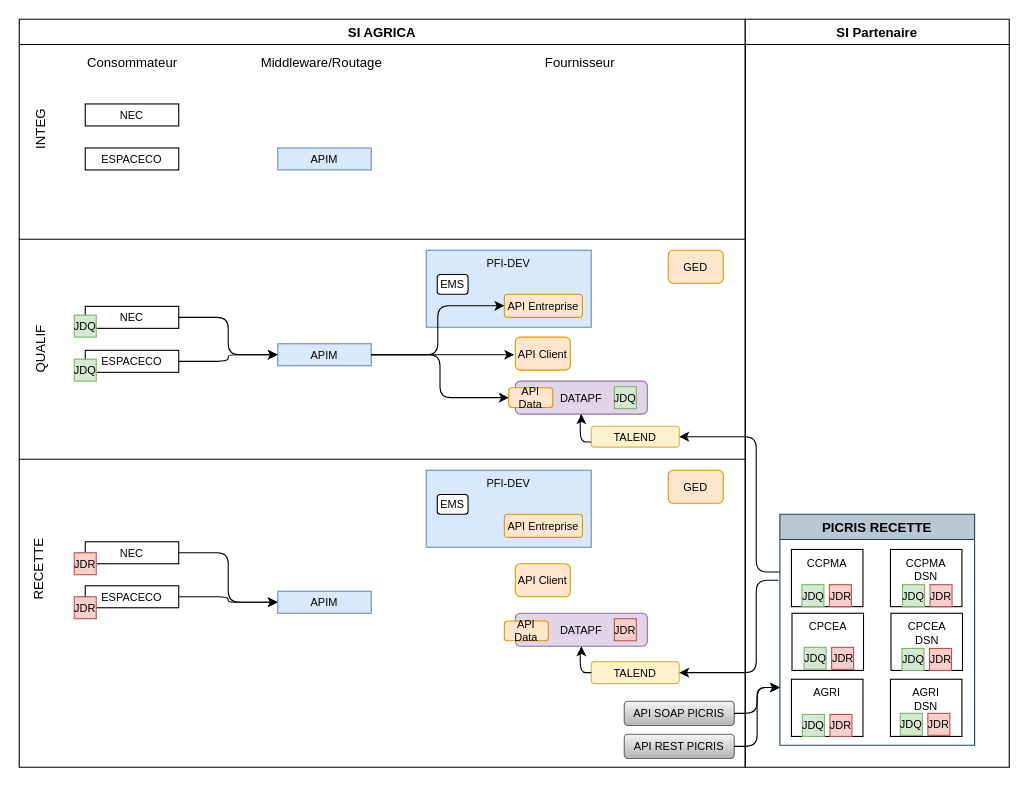
The draw.io diagram environnement.drawio in vdupain/draw.io, before the edit. Source tidied: cells renumbered, new cells numbered last; positions are measured from the earlier drawing's top-left corner, leaving out a move shared by most shapes. Both pictures are drawn from the tidied source at 110%, with x=0, y=0 at pixel (16, 19).
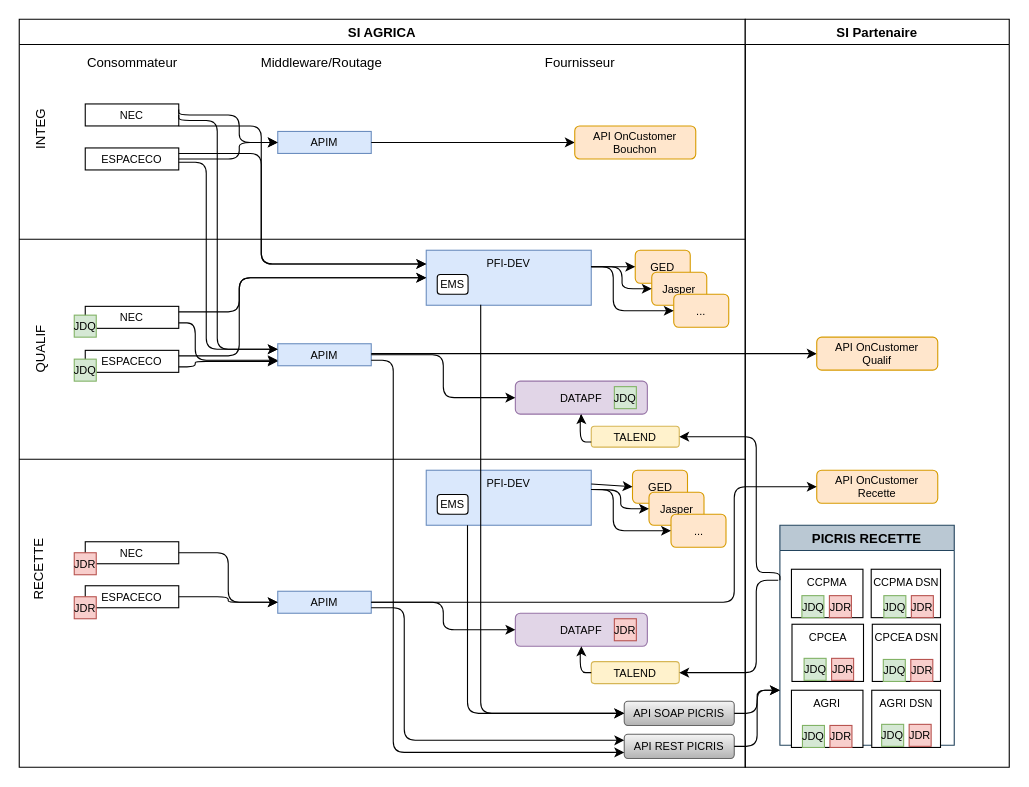
The same diagram, later.

Unchanged cells that the change refers to:
```xml
<mxCell id="2" value="SI AGRICA" style="swimlane;" parent="1" vertex="1">
  <mxGeometry x="2" width="660" height="680" as="geometry" />
</mxCell>
<mxCell id="6" value="DATAPF" style="rounded=1;whiteSpace=wrap;html=1;fontSize=10;fillColor=#e1d5e7;strokeColor=#9673a6;" parent="2" vertex="1">
  <mxGeometry x="451" y="329" width="120" height="30" as="geometry" />
</mxCell>
<mxCell id="8" value="APIM" style="rounded=0;whiteSpace=wrap;html=1;fontSize=10;fillColor=#dae8fc;strokeColor=#6c8ebf;" parent="2" vertex="1">
  <mxGeometry x="235" y="295" width="85" height="20" as="geometry" />
</mxCell>
<mxCell id="9" value="APIM" style="rounded=0;whiteSpace=wrap;html=1;fontSize=10;fillColor=#dae8fc;strokeColor=#6c8ebf;" parent="2" vertex="1">
  <mxGeometry x="235" y="520" width="85" height="20" as="geometry" />
</mxCell>
<mxCell id="11" value="NEC" style="rounded=0;whiteSpace=wrap;html=1;fontSize=10;" parent="2" vertex="1">
  <mxGeometry x="60" y="77" width="85" height="20" as="geometry" />
</mxCell>
<mxCell id="12" value="ESPACECO" style="rounded=0;whiteSpace=wrap;html=1;fontSize=10;" parent="2" vertex="1">
  <mxGeometry x="60" y="117" width="85" height="20" as="geometry" />
</mxCell>
<mxCell id="13" value="NEC" style="rounded=0;whiteSpace=wrap;html=1;fontSize=10;" parent="2" vertex="1">
  <mxGeometry x="60" y="261" width="85" height="20" as="geometry" />
</mxCell>
<mxCell id="14" value="ESPACECO" style="rounded=0;whiteSpace=wrap;html=1;fontSize=10;" parent="2" vertex="1">
  <mxGeometry x="60" y="301" width="85" height="20" as="geometry" />
</mxCell>
<mxCell id="18" value="DATAPF" style="rounded=1;whiteSpace=wrap;html=1;fontSize=10;fillColor=#e1d5e7;strokeColor=#9673a6;" parent="2" vertex="1">
  <mxGeometry x="451" y="540" width="120" height="30" as="geometry" />
</mxCell>
<mxCell id="50" value="SI Partenaire" style="swimlane;" parent="1" vertex="1">
  <mxGeometry x="662" width="240" height="680" as="geometry" />
</mxCell>
<mxCell id="70" value="API REST PICRIS" style="rounded=1;whiteSpace=wrap;html=1;fontSize=10;gradientColor=#b3b3b3;fillColor=#f5f5f5;strokeColor=#666666;" parent="50" vertex="1">
  <mxGeometry x="-110" y="650" width="100" height="22" as="geometry" />
</mxCell>
<mxCell id="71" value="API SOAP PICRIS" style="rounded=1;whiteSpace=wrap;html=1;fontSize=10;gradientColor=#b3b3b3;fillColor=#f5f5f5;strokeColor=#666666;" parent="50" vertex="1">
  <mxGeometry x="-110" y="620" width="100" height="22" as="geometry" />
</mxCell>
```

Diff of the diagram source:
```diff
@@
     <mxCell id="7" value="PFI-DEV" style="rounded=0;whiteSpace=wrap;html=1;fontSize=10;fillColor=#dae8fc;strokeColor=#6c8ebf;verticalAlign=top;" parent="2" vertex="1">
-      <mxGeometry x="370" y="210" width="150" height="70" as="geometry" />
+      <mxGeometry x="370" y="210" width="150" height="50" as="geometry" />
     </mxCell>
@@
     <mxCell id="10" value="APIM" style="rounded=0;whiteSpace=wrap;html=1;fontSize=10;fillColor=#dae8fc;strokeColor=#6c8ebf;" parent="2" vertex="1">
-      <mxGeometry x="235" y="117" width="85" height="20" as="geometry" />
+      <mxGeometry x="235" y="102" width="85" height="20" as="geometry" />
     </mxCell>
@@
     <mxCell id="17" value="GED" style="rounded=1;whiteSpace=wrap;html=1;fontSize=10;fillColor=#ffe6cc;strokeColor=#d79b00;" parent="2" vertex="1">
-      <mxGeometry x="590" y="210" width="50" height="30" as="geometry" />
+      <mxGeometry x="560" y="210" width="50" height="30" as="geometry" />
     </mxCell>
@@
-    <mxCell id="31" value="API Data" style="rounded=1;whiteSpace=wrap;html=1;fontSize=10;fillColor=#ffe6cc;strokeColor=#d79b00;" parent="2" vertex="1">
-      <mxGeometry x="445" y="335" width="40" height="18" as="geometry" />
-    </mxCell>
-    <mxCell id="32" value="API Client" style="rounded=1;whiteSpace=wrap;html=1;fontSize=10;fillColor=#ffe6cc;strokeColor=#d79b00;" parent="2" vertex="1">
-      <mxGeometry x="451" y="289" width="50" height="30" as="geometry" />
-    </mxCell>
-    <mxCell id="33" value="API Data" style="rounded=1;whiteSpace=wrap;html=1;fontSize=10;fillColor=#ffe6cc;strokeColor=#d79b00;" parent="2" vertex="1">
-      <mxGeometry x="441" y="547" width="40" height="18" as="geometry" />
-    </mxCell>
-    <mxCell id="34" value="API Entreprise" style="rounded=1;whiteSpace=wrap;html=1;fontSize=10;fillColor=#ffe6cc;strokeColor=#d79b00;" parent="2" vertex="1">
-      <mxGeometry x="441" y="250" width="71" height="21" as="geometry" />
-    </mxCell>
-    <mxCell id="35" style="endArrow=classic;html=1;exitX=1;exitY=0.5;exitDx=0;exitDy=0;entryX=0;entryY=0.5;entryDx=0;entryDy=0;edgeStyle=orthogonalEdgeStyle;" parent="2" edge="1" source="13" target="8">
-      <mxGeometry relative="1" as="geometry" />
+    <mxCell id="35" style="endArrow=classic;html=1;exitX=1;exitY=0.75;exitDx=0;exitDy=0;edgeStyle=orthogonalEdgeStyle;" parent="2" edge="1" source="13">
+      <mxGeometry relative="1" as="geometry">
+        <mxPoint x="235" y="310" as="targetPoint" />
+        <Array as="points">
+          <mxPoint x="160" y="276" />
+          <mxPoint x="160" y="310" />
+        </Array>
+      </mxGeometry>
     </mxCell>
-    <mxCell id="36" style="endArrow=classic;html=1;entryX=0;entryY=0.5;entryDx=0;entryDy=0;exitX=1;exitY=0.5;exitDx=0;exitDy=0;edgeStyle=orthogonalEdgeStyle;" parent="2" edge="1" source="14" target="8">
-      <mxGeometry relative="1" as="geometry" />
+    <mxCell id="36" style="endArrow=classic;html=1;exitX=1;exitY=0.75;exitDx=0;exitDy=0;edgeStyle=orthogonalEdgeStyle;" parent="2" edge="1" source="14">
+      <mxGeometry relative="1" as="geometry">
+        <mxPoint x="235" y="311" as="targetPoint" />
+        <Array as="points">
+          <mxPoint x="160" y="316" />
+          <mxPoint x="160" y="311" />
+        </Array>
+      </mxGeometry>
     </mxCell>
-    <mxCell id="37" style="endArrow=classic;html=1;exitX=1;exitY=0.5;exitDx=0;exitDy=0;entryX=0;entryY=0.5;entryDx=0;entryDy=0;edgeStyle=orthogonalEdgeStyle;" parent="2" edge="1" source="8" target="31">
+    <mxCell id="37" style="endArrow=classic;html=1;exitX=1;exitY=0.5;exitDx=0;exitDy=0;entryX=0;entryY=0.5;entryDx=0;entryDy=0;edgeStyle=orthogonalEdgeStyle;" parent="2" edge="1" source="8" target="6">
       <mxGeometry relative="1" as="geometry" />
     </mxCell>
-    <mxCell id="38" style="endArrow=classic;html=1;exitX=1;exitY=0.5;exitDx=0;exitDy=0;edgeStyle=orthogonalEdgeStyle;" parent="2" edge="1" source="8">
-      <mxGeometry relative="1" as="geometry">
-        <mxPoint x="450" y="305" as="targetPoint" />
-      </mxGeometry>
-    </mxCell>
-    <mxCell id="39" style="endArrow=classic;html=1;entryX=0;entryY=0.5;entryDx=0;entryDy=0;exitX=1;exitY=0.5;exitDx=0;exitDy=0;edgeStyle=orthogonalEdgeStyle;" parent="2" edge="1" source="8" target="34">
-      <mxGeometry relative="1" as="geometry" />
-    </mxCell>
@@
     <mxCell id="43" value="PFI-DEV" style="rounded=0;whiteSpace=wrap;html=1;fontSize=10;fillColor=#dae8fc;strokeColor=#6c8ebf;verticalAlign=top;" parent="2" vertex="1">
-      <mxGeometry x="370" y="410" width="150" height="70" as="geometry" />
+      <mxGeometry x="370" y="410" width="150" height="50" as="geometry" />
     </mxCell>
-    <mxCell id="44" value="GED" style="rounded=1;whiteSpace=wrap;html=1;fontSize=10;fillColor=#ffe6cc;strokeColor=#d79b00;" parent="2" vertex="1">
-      <mxGeometry x="590" y="410" width="50" height="30" as="geometry" />
-    </mxCell>
@@
-    <mxCell id="46" value="API Client" style="rounded=1;whiteSpace=wrap;html=1;fontSize=10;fillColor=#ffe6cc;strokeColor=#d79b00;" parent="2" vertex="1">
-      <mxGeometry x="451" y="495" width="50" height="30" as="geometry" />
-    </mxCell>
-    <mxCell id="47" value="API Entreprise" style="rounded=1;whiteSpace=wrap;html=1;fontSize=10;fillColor=#ffe6cc;strokeColor=#d79b00;" parent="2" vertex="1">
-      <mxGeometry x="441" y="450" width="71" height="21" as="geometry" />
-    </mxCell>
@@
+    <mxCell id="77" style="endArrow=classic;html=1;exitX=1;exitY=0.5;exitDx=0;exitDy=0;entryX=0;entryY=0.5;entryDx=0;entryDy=0;edgeStyle=orthogonalEdgeStyle;" parent="2" edge="1" source="9" target="18">
+      <mxGeometry relative="1" as="geometry" />
+    </mxCell>
+    <mxCell id="78" style="endArrow=classic;html=1;exitX=1;exitY=0.5;exitDx=0;exitDy=0;entryX=0;entryY=0.5;entryDx=0;entryDy=0;" parent="2" edge="1" source="10" target="82">
+      <mxGeometry relative="1" as="geometry" />
+    </mxCell>
+    <mxCell id="79" style="endArrow=classic;html=1;exitX=1;exitY=0.25;exitDx=0;exitDy=0;entryX=0;entryY=0.5;entryDx=0;entryDy=0;edgeStyle=orthogonalEdgeStyle;" parent="2" edge="1" source="11" target="10">
+      <mxGeometry relative="1" as="geometry">
+        <Array as="points">
+          <mxPoint x="145" y="87" />
+          <mxPoint x="200" y="87" />
+          <mxPoint x="200" y="112" />
+        </Array>
+      </mxGeometry>
+    </mxCell>
+    <mxCell id="80" style="endArrow=classic;html=1;exitX=1;exitY=0.5;exitDx=0;exitDy=0;entryX=0;entryY=0.5;entryDx=0;entryDy=0;edgeStyle=orthogonalEdgeStyle;" parent="2" edge="1" source="12" target="10">
+      <mxGeometry relative="1" as="geometry">
+        <Array as="points">
+          <mxPoint x="200" y="127" />
+          <mxPoint x="200" y="112" />
+        </Array>
+      </mxGeometry>
+    </mxCell>
+    <mxCell id="81" style="endArrow=classic;html=1;strokeColor=#000000;strokeWidth=1;entryX=0;entryY=0.5;entryDx=0;entryDy=0;" parent="2" edge="1" target="94">
+      <mxGeometry relative="1" as="geometry">
+        <mxPoint x="320" y="304" as="sourcePoint" />
+      </mxGeometry>
+    </mxCell>
+    <mxCell id="82" value="&lt;div&gt;API OnCustomer&lt;/div&gt;&lt;div&gt;Bouchon&lt;/div&gt;" style="rounded=1;whiteSpace=wrap;html=1;fontSize=10;fillColor=#ffe6cc;strokeColor=#d79b00;" parent="2" vertex="1">
+      <mxGeometry x="505" y="97" width="110" height="30" as="geometry" />
+    </mxCell>
+    <mxCell id="83" style="endArrow=classic;html=1;strokeColor=#000000;strokeWidth=1;entryX=0;entryY=0.25;entryDx=0;entryDy=0;edgeStyle=orthogonalEdgeStyle;entryPerimeter=0;" parent="2" edge="1" target="8">
+      <mxGeometry relative="1" as="geometry">
+        <mxPoint x="145" y="87" as="sourcePoint" />
+        <Array as="points">
+          <mxPoint x="180" y="92" />
+          <mxPoint x="180" y="300" />
+        </Array>
+      </mxGeometry>
+    </mxCell>
+    <mxCell id="84" style="endArrow=classic;html=1;strokeColor=#000000;strokeWidth=1;entryX=0;entryY=0.25;entryDx=0;entryDy=0;edgeStyle=orthogonalEdgeStyle;" parent="2" edge="1" target="8">
+      <mxGeometry relative="1" as="geometry">
+        <mxPoint x="145" y="130" as="sourcePoint" />
+        <Array as="points">
+          <mxPoint x="170" y="130" />
+          <mxPoint x="170" y="300" />
+        </Array>
+      </mxGeometry>
+    </mxCell>
+    <mxCell id="85" style="endArrow=classic;html=1;strokeColor=#000000;strokeWidth=1;entryX=0;entryY=0.5;entryDx=0;entryDy=0;" parent="2" edge="1" target="17">
+      <mxGeometry relative="1" as="geometry">
+        <mxPoint x="520" y="225" as="sourcePoint" />
+      </mxGeometry>
+    </mxCell>
+    <mxCell id="86" value="Jasper" style="rounded=1;whiteSpace=wrap;html=1;fontSize=10;fillColor=#ffe6cc;strokeColor=#d79b00;" parent="2" vertex="1">
+      <mxGeometry x="575" y="230" width="50" height="30" as="geometry" />
+    </mxCell>
+    <mxCell id="44" value="GED" style="rounded=1;whiteSpace=wrap;html=1;fontSize=10;fillColor=#ffe6cc;strokeColor=#d79b00;" parent="2" vertex="1">
+      <mxGeometry x="557.5" y="410" width="50" height="30" as="geometry" />
+    </mxCell>
+    <mxCell id="87" value="Jasper" style="rounded=1;whiteSpace=wrap;html=1;fontSize=10;fillColor=#ffe6cc;strokeColor=#d79b00;" parent="2" vertex="1">
+      <mxGeometry x="572.5" y="430" width="50" height="30" as="geometry" />
+    </mxCell>
+    <mxCell id="88" value="..." style="rounded=1;whiteSpace=wrap;html=1;fontSize=10;fillColor=#ffe6cc;strokeColor=#d79b00;" parent="2" vertex="1">
+      <mxGeometry x="592.5" y="450" width="50" height="30" as="geometry" />
+    </mxCell>
+    <mxCell id="89" style="endArrow=classic;html=1;strokeColor=#000000;strokeWidth=1;exitX=1;exitY=0.25;exitDx=0;exitDy=0;entryX=0;entryY=0.5;entryDx=0;entryDy=0;" parent="2" edge="1" source="43" target="44">
+      <mxGeometry relative="1" as="geometry" />
+    </mxCell>
+    <mxCell id="90" style="endArrow=classic;html=1;strokeColor=#000000;strokeWidth=1;entryX=0;entryY=0.5;entryDx=0;entryDy=0;exitX=1;exitY=0.25;exitDx=0;exitDy=0;edgeStyle=orthogonalEdgeStyle;elbow=vertical;" parent="2" edge="1" source="13" target="7">
+      <mxGeometry relative="1" as="geometry">
+        <Array as="points">
+          <mxPoint x="200" y="266" />
+          <mxPoint x="200" y="235" />
+        </Array>
+      </mxGeometry>
+    </mxCell>
+    <mxCell id="91" style="endArrow=classic;html=1;strokeColor=#000000;strokeWidth=1;exitX=1;exitY=0.25;exitDx=0;exitDy=0;entryX=0;entryY=0.5;entryDx=0;entryDy=0;edgeStyle=orthogonalEdgeStyle;" parent="2" edge="1" source="14" target="7">
+      <mxGeometry relative="1" as="geometry">
+        <Array as="points">
+          <mxPoint x="200" y="306" />
+          <mxPoint x="200" y="235" />
+        </Array>
+      </mxGeometry>
+    </mxCell>
+    <mxCell id="92" style="endArrow=classic;html=1;strokeColor=#000000;strokeWidth=1;entryX=0;entryY=0.25;entryDx=0;entryDy=0;exitX=1;exitY=0.25;exitDx=0;exitDy=0;edgeStyle=orthogonalEdgeStyle;" parent="2" edge="1" source="12" target="7">
+      <mxGeometry relative="1" as="geometry">
+        <Array as="points">
+          <mxPoint x="220" y="122" />
+          <mxPoint x="220" y="223" />
+        </Array>
+      </mxGeometry>
+    </mxCell>
+    <mxCell id="93" style="endArrow=classic;html=1;strokeColor=#000000;strokeWidth=1;exitX=1;exitY=1;exitDx=0;exitDy=0;entryX=0;entryY=0.25;entryDx=0;entryDy=0;edgeStyle=orthogonalEdgeStyle;" parent="2" edge="1" source="11" target="7">
+      <mxGeometry relative="1" as="geometry">
+        <Array as="points">
+          <mxPoint x="220" y="97" />
+          <mxPoint x="220" y="223" />
+        </Array>
+      </mxGeometry>
+    </mxCell>
@@
     <mxCell id="51" value="PICRIS RECETTE" style="swimlane;fillColor=#bac8d3;strokeColor=#23445d;" parent="50" vertex="1">
-      <mxGeometry x="31.5" y="450" width="177" height="210" as="geometry" />
+      <mxGeometry x="31.5" y="460" width="158.5" height="200" as="geometry" />
     </mxCell>
     <mxCell id="52" value="CCPMA" style="rounded=0;whiteSpace=wrap;html=1;fontSize=10;verticalAlign=top;" parent="51" vertex="1">
-      <mxGeometry x="10.5" y="32" width="65" height="52" as="geometry" />
+      <mxGeometry x="10.5" y="40" width="65" height="44" as="geometry" />
     </mxCell>
-    <mxCell id="53" value="&lt;div&gt;CCPMA&lt;/div&gt;&lt;div&gt;DSN&lt;/div&gt;" style="rounded=0;whiteSpace=wrap;html=1;fontSize=10;verticalAlign=top;" parent="51" vertex="1">
-      <mxGeometry x="100.5" y="32" width="65" height="52" as="geometry" />
+    <mxCell id="53" value="&lt;div&gt;CCPMA DSN&lt;/div&gt;" style="rounded=0;whiteSpace=wrap;html=1;fontSize=10;verticalAlign=top;" parent="51" vertex="1">
+      <mxGeometry x="83" y="40" width="63" height="44" as="geometry" />
     </mxCell>
@@
-    <mxCell id="55" value="&lt;div&gt;CPCEA&lt;/div&gt;&lt;div&gt;DSN&lt;/div&gt;" style="rounded=0;whiteSpace=wrap;html=1;fontSize=10;verticalAlign=top;" parent="51" vertex="1">
-      <mxGeometry x="101" y="90" width="65" height="52" as="geometry" />
+    <mxCell id="55" value="&lt;div&gt;CPCEA DSN&lt;/div&gt;" style="rounded=0;whiteSpace=wrap;html=1;fontSize=10;verticalAlign=top;" parent="51" vertex="1">
+      <mxGeometry x="84" y="90" width="62" height="52" as="geometry" />
     </mxCell>
@@
-    <mxCell id="57" value="&lt;div&gt;AGRI&lt;/div&gt;&lt;div&gt;DSN&lt;/div&gt;" style="rounded=0;whiteSpace=wrap;html=1;fontSize=10;verticalAlign=top;" parent="51" vertex="1">
-      <mxGeometry x="100.5" y="150" width="65" height="52" as="geometry" />
+    <mxCell id="57" value="&lt;div&gt;AGRI DSN&lt;/div&gt;" style="rounded=0;whiteSpace=wrap;html=1;fontSize=10;verticalAlign=top;" parent="51" vertex="1">
+      <mxGeometry x="83.5" y="150" width="62.5" height="52" as="geometry" />
     </mxCell>
@@
     <mxCell id="60" value="JDQ" style="rounded=0;whiteSpace=wrap;html=1;fontSize=10;fillColor=#d5e8d4;strokeColor=#82b366;" parent="51" vertex="1">
-      <mxGeometry x="111.5" y="64" width="20" height="20" as="geometry" />
+      <mxGeometry x="94.5" y="64" width="20" height="20" as="geometry" />
     </mxCell>
     <mxCell id="61" value="JDR" style="rounded=0;whiteSpace=wrap;html=1;fontSize=10;fillColor=#f8cecc;strokeColor=#b85450;" parent="51" vertex="1">
-      <mxGeometry x="136.5" y="64" width="20" height="20" as="geometry" />
+      <mxGeometry x="119.5" y="64" width="20" height="20" as="geometry" />
     </mxCell>
@@
     <mxCell id="64" value="JDQ" style="rounded=0;whiteSpace=wrap;html=1;fontSize=10;fillColor=#d5e8d4;strokeColor=#82b366;" parent="51" vertex="1">
-      <mxGeometry x="111" y="122" width="20" height="20" as="geometry" />
+      <mxGeometry x="94" y="122" width="20" height="20" as="geometry" />
     </mxCell>
     <mxCell id="65" value="JDR" style="rounded=0;whiteSpace=wrap;html=1;fontSize=10;fillColor=#f8cecc;strokeColor=#b85450;" parent="51" vertex="1">
-      <mxGeometry x="136" y="122" width="20" height="20" as="geometry" />
+      <mxGeometry x="119" y="122" width="20" height="20" as="geometry" />
     </mxCell>
@@
     <mxCell id="68" value="JDQ" style="rounded=0;whiteSpace=wrap;html=1;fontSize=10;fillColor=#d5e8d4;strokeColor=#82b366;" parent="51" vertex="1">
-      <mxGeometry x="109.5" y="181" width="20" height="20" as="geometry" />
+      <mxGeometry x="92.5" y="181" width="20" height="20" as="geometry" />
     </mxCell>
     <mxCell id="69" value="JDR" style="rounded=0;whiteSpace=wrap;html=1;fontSize=10;fillColor=#f8cecc;strokeColor=#b85450;" parent="51" vertex="1">
-      <mxGeometry x="134.5" y="181" width="20" height="20" as="geometry" />
+      <mxGeometry x="117.5" y="181" width="20" height="20" as="geometry" />
     </mxCell>
@@
+    <mxCell id="94" value="&lt;div&gt;API OnCustomer&lt;/div&gt;&lt;div&gt;Qualif&lt;/div&gt;" style="rounded=1;whiteSpace=wrap;html=1;fontSize=10;fillColor=#ffe6cc;strokeColor=#d79b00;" parent="50" vertex="1">
+      <mxGeometry x="65" y="289" width="110" height="30" as="geometry" />
+    </mxCell>
+    <mxCell id="95" value="&lt;div&gt;API OnCustomer&lt;/div&gt;&lt;div&gt;Recette&lt;/div&gt;" style="rounded=1;whiteSpace=wrap;html=1;fontSize=10;fillColor=#ffe6cc;strokeColor=#d79b00;" parent="50" vertex="1">
+      <mxGeometry x="65" y="410" width="110" height="30" as="geometry" />
+    </mxCell>
@@
+    <mxCell id="96" style="endArrow=classic;html=1;entryX=0;entryY=0.5;entryDx=0;entryDy=0;exitX=0.25;exitY=1;exitDx=0;exitDy=0;edgeStyle=orthogonalEdgeStyle;" parent="1" edge="1" source="43" target="71">
+      <mxGeometry relative="1" as="geometry" />
+    </mxCell>
+    <mxCell id="97" style="endArrow=classic;html=1;entryX=0;entryY=0.25;entryDx=0;entryDy=0;exitX=1;exitY=0.75;exitDx=0;exitDy=0;edgeStyle=orthogonalEdgeStyle;" parent="1" edge="1" source="9" target="70">
+      <mxGeometry relative="1" as="geometry">
+        <Array as="points">
+          <mxPoint x="352" y="535" />
+          <mxPoint x="352" y="655" />
+          <mxPoint x="552" y="655" />
+        </Array>
+      </mxGeometry>
+    </mxCell>
+    <mxCell id="98" style="endArrow=classic;html=1;exitX=1;exitY=0.75;exitDx=0;exitDy=0;entryX=0;entryY=0.75;entryDx=0;entryDy=0;edgeStyle=orthogonalEdgeStyle;fillColor=#f8cecc;strokeWidth=1;" parent="1" edge="1" source="8" target="70">
+      <mxGeometry relative="1" as="geometry">
+        <Array as="points">
+          <mxPoint x="342" y="310" />
+          <mxPoint x="342" y="667" />
+        </Array>
+      </mxGeometry>
+    </mxCell>
+    <mxCell id="99" style="endArrow=classic;html=1;exitX=1;exitY=0.5;exitDx=0;exitDy=0;entryX=0;entryY=0.5;entryDx=0;entryDy=0;edgeStyle=orthogonalEdgeStyle;" parent="1" edge="1" source="9" target="95">
+      <mxGeometry relative="1" as="geometry">
+        <Array as="points">
+          <mxPoint x="652" y="530" />
+          <mxPoint x="652" y="425" />
+        </Array>
+      </mxGeometry>
+    </mxCell>
+    <mxCell id="100" value="..." style="rounded=1;whiteSpace=wrap;html=1;fontSize=10;fillColor=#ffe6cc;strokeColor=#d79b00;" parent="1" vertex="1">
+      <mxGeometry x="597" y="250" width="50" height="30" as="geometry" />
+    </mxCell>
+    <mxCell id="101" style="endArrow=classic;html=1;strokeColor=#000000;strokeWidth=1;entryX=0;entryY=0.5;entryDx=0;entryDy=0;edgeStyle=orthogonalEdgeStyle;" parent="1" edge="1" target="86">
+      <mxGeometry relative="1" as="geometry">
+        <mxPoint x="522" y="225" as="sourcePoint" />
+        <Array as="points">
+          <mxPoint x="550" y="225" />
+          <mxPoint x="550" y="245" />
+        </Array>
+      </mxGeometry>
+    </mxCell>
+    <mxCell id="102" style="endArrow=classic;html=1;strokeColor=#000000;strokeWidth=1;entryX=0;entryY=0.5;entryDx=0;entryDy=0;edgeStyle=orthogonalEdgeStyle;" parent="1" edge="1" target="100">
+      <mxGeometry relative="1" as="geometry">
+        <mxPoint x="522" y="225" as="sourcePoint" />
+        <Array as="points">
+          <mxPoint x="542" y="225" />
+          <mxPoint x="542" y="265" />
+        </Array>
+      </mxGeometry>
+    </mxCell>
+    <mxCell id="103" style="endArrow=classic;html=1;strokeColor=#000000;strokeWidth=1;exitX=1;exitY=0.25;exitDx=0;exitDy=0;entryX=0;entryY=0.5;entryDx=0;entryDy=0;edgeStyle=orthogonalEdgeStyle;" parent="1" edge="1" target="87">
+      <mxGeometry relative="1" as="geometry">
+        <mxPoint x="522" y="427.5" as="sourcePoint" />
+      </mxGeometry>
+    </mxCell>
+    <mxCell id="104" style="endArrow=classic;html=1;strokeColor=#000000;strokeWidth=1;exitX=1;exitY=0.25;exitDx=0;exitDy=0;entryX=0;entryY=0.5;entryDx=0;entryDy=0;edgeStyle=orthogonalEdgeStyle;" parent="1" edge="1" target="88">
+      <mxGeometry relative="1" as="geometry">
+        <mxPoint x="522" y="427.5" as="sourcePoint" />
+        <Array as="points">
+          <mxPoint x="542" y="428" />
+          <mxPoint x="542" y="465" />
+        </Array>
+      </mxGeometry>
+    </mxCell>
+    <mxCell id="105" style="endArrow=classic;html=1;entryX=0;entryY=0.5;entryDx=0;entryDy=0;exitX=0.33;exitY=0.993;exitDx=0;exitDy=0;edgeStyle=orthogonalEdgeStyle;exitPerimeter=0;" parent="1" edge="1" source="7">
+      <mxGeometry relative="1" as="geometry">
+        <mxPoint x="552" y="631" as="targetPoint" />
+        <Array as="points">
+          <mxPoint x="422" y="631" />
+        </Array>
+      </mxGeometry>
+    </mxCell>
```
